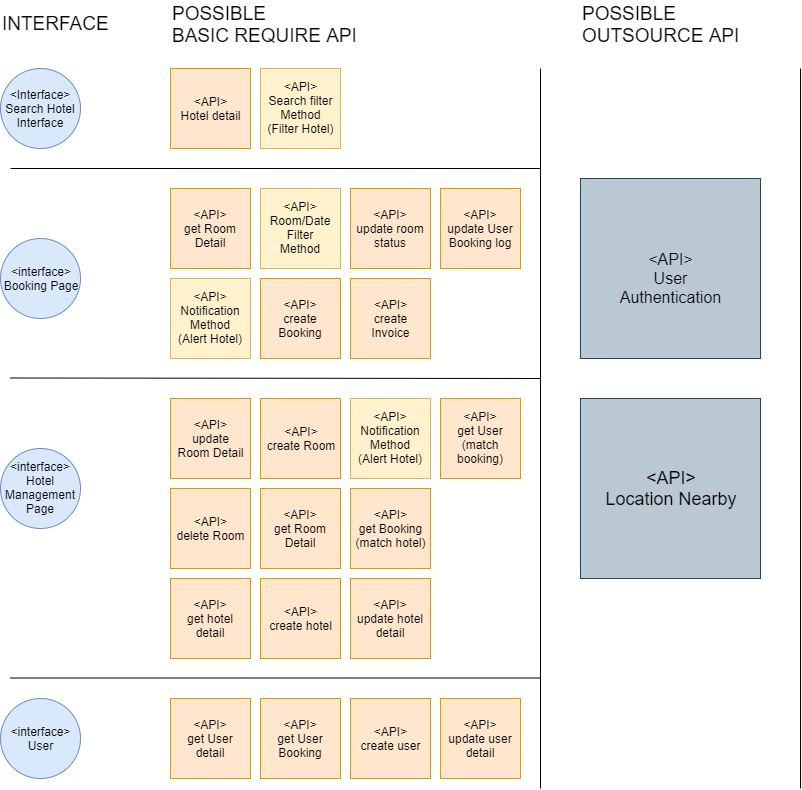
This is ReadmeResource/apiStructure2.png from RawitSHIE/HotelVendor, a draw.io export, as it was before one commit. Source tidied: cells renumbered, new cells last; positions are measured from the earlier drawing's top-left corner, leaving out a move shared by most shapes. Its diagram source:
```xml
<mxGraphModel>
  <root>
    <mxCell id="0" />
    <mxCell id="1" parent="0" />
    <mxCell id="2" value="&amp;lt;API&amp;gt;&lt;br&gt;Search filter&lt;br&gt;Method&lt;br&gt;(Filter Hotel)" style="whiteSpace=wrap;html=1;fillColor=#fff2cc;strokeColor=#d6b656;" parent="1" vertex="1">
      <mxGeometry x="260" y="68" width="80" height="80" as="geometry" />
    </mxCell>
    <mxCell id="3" value="&amp;lt;API&amp;gt;&lt;br&gt;Hotel detail" style="whiteSpace=wrap;html=1;fillColor=#ffe6cc;strokeColor=#d79b00;" parent="1" vertex="1">
      <mxGeometry x="170" y="68" width="80" height="80" as="geometry" />
    </mxCell>
    <mxCell id="4" value="&amp;lt;API&amp;gt;&lt;br&gt;get Room Detail" style="whiteSpace=wrap;html=1;fillColor=#ffe6cc;strokeColor=#d79b00;" parent="1" vertex="1">
      <mxGeometry x="170" y="188" width="80" height="80" as="geometry" />
    </mxCell>
    <mxCell id="5" value="&amp;lt;API&amp;gt;&lt;br&gt;Notification Method&lt;br&gt;(Alert Hotel)" style="whiteSpace=wrap;html=1;fillColor=#fff2cc;strokeColor=#d6b656;" parent="1" vertex="1">
      <mxGeometry x="170" y="278" width="80" height="80" as="geometry" />
    </mxCell>
    <mxCell id="6" value="&amp;lt;API&amp;gt;&lt;br&gt;update&lt;br&gt;Room Detail" style="whiteSpace=wrap;html=1;fillColor=#ffe6cc;strokeColor=#d79b00;" parent="1" vertex="1">
      <mxGeometry x="170" y="398" width="80" height="80" as="geometry" />
    </mxCell>
    <mxCell id="7" value="&amp;lt;Interface&amp;gt;&lt;br&gt;Search Hotel Interface" style="ellipse;whiteSpace=wrap;html=1;fillColor=#dae8fc;strokeColor=#6c8ebf;" parent="1" vertex="1">
      <mxGeometry y="68" width="80" height="80" as="geometry" />
    </mxCell>
    <mxCell id="8" value="&amp;lt;interface&amp;gt;&lt;br&gt;Booking Page" style="ellipse;whiteSpace=wrap;html=1;fillColor=#dae8fc;strokeColor=#6c8ebf;" parent="1" vertex="1">
      <mxGeometry y="238" width="80" height="80" as="geometry" />
    </mxCell>
    <mxCell id="9" value="&amp;lt;API&amp;gt;&lt;br&gt;Room/Date Filter&lt;br&gt;Method" style="whiteSpace=wrap;html=1;fillColor=#fff2cc;strokeColor=#d6b656;" parent="1" vertex="1">
      <mxGeometry x="260" y="188" width="80" height="80" as="geometry" />
    </mxCell>
    <mxCell id="10" value="&amp;lt;API&amp;gt;&lt;br&gt;create&lt;br&gt;Invoice" style="whiteSpace=wrap;html=1;fillColor=#ffe6cc;strokeColor=#d79b00;" parent="1" vertex="1">
      <mxGeometry x="350" y="278" width="80" height="80" as="geometry" />
    </mxCell>
    <mxCell id="11" value="&amp;lt;API&amp;gt;&lt;br&gt;create Booking" style="whiteSpace=wrap;html=1;fillColor=#ffe6cc;strokeColor=#d79b00;" parent="1" vertex="1">
      <mxGeometry x="260" y="278" width="80" height="80" as="geometry" />
    </mxCell>
    <mxCell id="12" value="&amp;lt;API&amp;gt;&lt;br&gt;update room status" style="whiteSpace=wrap;html=1;fillColor=#ffe6cc;strokeColor=#d79b00;" parent="1" vertex="1">
      <mxGeometry x="350" y="188" width="80" height="80" as="geometry" />
    </mxCell>
    <mxCell id="13" value="&amp;lt;API&amp;gt;&lt;br&gt;update User Booking log" style="whiteSpace=wrap;html=1;fillColor=#ffe6cc;strokeColor=#d79b00;" parent="1" vertex="1">
      <mxGeometry x="440" y="188" width="80" height="80" as="geometry" />
    </mxCell>
    <mxCell id="14" value="&amp;lt;API&amp;gt;&lt;br&gt;create Room" style="whiteSpace=wrap;html=1;fillColor=#ffe6cc;strokeColor=#d79b00;" parent="1" vertex="1">
      <mxGeometry x="260" y="398" width="80" height="80" as="geometry" />
    </mxCell>
    <mxCell id="15" style="endArrow=none;html=1;" parent="1" edge="1">
      <mxGeometry relative="1" as="geometry">
        <mxPoint x="10" y="168" as="sourcePoint" />
        <mxPoint x="540" y="168" as="targetPoint" />
      </mxGeometry>
    </mxCell>
    <mxCell id="16" style="endArrow=none;html=1;" parent="1" edge="1">
      <mxGeometry relative="1" as="geometry">
        <mxPoint x="10" y="377.5" as="sourcePoint" />
        <mxPoint x="540" y="378" as="targetPoint" />
      </mxGeometry>
    </mxCell>
    <mxCell id="17" value="&amp;lt;interface&amp;gt;&lt;br&gt;Hotel Management Page" style="ellipse;whiteSpace=wrap;html=1;fillColor=#dae8fc;strokeColor=#6c8ebf;" parent="1" vertex="1">
      <mxGeometry y="448" width="80" height="80" as="geometry" />
    </mxCell>
    <mxCell id="18" value="&amp;lt;API&amp;gt;&lt;br&gt;delete Room" style="whiteSpace=wrap;html=1;fillColor=#ffe6cc;strokeColor=#d79b00;" parent="1" vertex="1">
      <mxGeometry x="170" y="488" width="80" height="80" as="geometry" />
    </mxCell>
    <mxCell id="19" value="&amp;lt;API&amp;gt;&lt;br&gt;Notification Method&lt;br&gt;(Alert Hotel)" style="whiteSpace=wrap;html=1;fillColor=#fff2cc;strokeColor=#d6b656;" parent="1" vertex="1">
      <mxGeometry x="350" y="398" width="80" height="80" as="geometry" />
    </mxCell>
    <mxCell id="20" value="&amp;lt;API&amp;gt;&lt;br&gt;get Room Detail" style="whiteSpace=wrap;html=1;fillColor=#ffe6cc;strokeColor=#d79b00;" parent="1" vertex="1">
      <mxGeometry x="260" y="488" width="80" height="80" as="geometry" />
    </mxCell>
    <mxCell id="21" value="&amp;lt;interface&amp;gt;&lt;br&gt;User" style="ellipse;whiteSpace=wrap;html=1;fillColor=#dae8fc;strokeColor=#6c8ebf;" parent="1" vertex="1">
      <mxGeometry y="698" width="80" height="80" as="geometry" />
    </mxCell>
    <mxCell id="22" style="endArrow=none;html=1;" parent="1" edge="1">
      <mxGeometry relative="1" as="geometry">
        <mxPoint x="10" y="677.5" as="sourcePoint" />
        <mxPoint x="540" y="677.5" as="targetPoint" />
      </mxGeometry>
    </mxCell>
    <mxCell id="23" value="&amp;lt;API&amp;gt;&lt;br&gt;get Booking&lt;br&gt;(match hotel)" style="whiteSpace=wrap;html=1;fillColor=#ffe6cc;strokeColor=#d79b00;" parent="1" vertex="1">
      <mxGeometry x="350" y="488" width="80" height="80" as="geometry" />
    </mxCell>
    <mxCell id="24" value="&amp;lt;API&amp;gt;&lt;br&gt;get User&lt;br&gt;(match booking)" style="whiteSpace=wrap;html=1;fillColor=#ffe6cc;strokeColor=#d79b00;" parent="1" vertex="1">
      <mxGeometry x="440" y="398" width="80" height="80" as="geometry" />
    </mxCell>
    <mxCell id="25" value="&amp;lt;API&amp;gt;&lt;br&gt;get User detail" style="whiteSpace=wrap;html=1;fillColor=#ffe6cc;strokeColor=#d79b00;" parent="1" vertex="1">
      <mxGeometry x="170" y="698" width="80" height="80" as="geometry" />
    </mxCell>
    <mxCell id="26" value="&amp;lt;API&amp;gt;&lt;br&gt;get User Booking" style="whiteSpace=wrap;html=1;fillColor=#ffe6cc;strokeColor=#d79b00;" parent="1" vertex="1">
      <mxGeometry x="260" y="698" width="80" height="80" as="geometry" />
    </mxCell>
    <mxCell id="27" value="&lt;font style=&quot;font-size: 19px&quot;&gt;INTERFACE&lt;/font&gt;" style="text;html=1;align=left;verticalAlign=top;spacingTop=-4;strokeWidth=1;" parent="1" vertex="1">
      <mxGeometry y="10" width="120" height="20" as="geometry" />
    </mxCell>
    <mxCell id="28" value="&lt;font style=&quot;font-size: 19px&quot;&gt;POSSIBLE &lt;br&gt;BASIC REQUIRE API&lt;/font&gt;" style="text;html=1;align=left;verticalAlign=top;spacingTop=-4;strokeWidth=1;" parent="1" vertex="1">
      <mxGeometry x="170" width="200" height="40" as="geometry" />
    </mxCell>
    <mxCell id="29" style="endArrow=none;html=1;" parent="1" edge="1">
      <mxGeometry relative="1" as="geometry">
        <mxPoint x="540" y="788" as="sourcePoint" />
        <mxPoint x="540" y="68" as="targetPoint" />
      </mxGeometry>
    </mxCell>
    <mxCell id="30" value="&lt;font style=&quot;font-size: 16px&quot;&gt;&amp;lt;API&amp;gt;&lt;br&gt;User Authentication&lt;/font&gt;" style="whiteSpace=wrap;html=1;fillColor=#bac8d3;strokeColor=#23445d;" parent="1" vertex="1">
      <mxGeometry x="580" y="178" width="180" height="180" as="geometry" />
    </mxCell>
    <mxCell id="31" value="&lt;font style=&quot;font-size: 19px&quot;&gt;POSSIBLE &lt;br&gt;OUTSOURCE API&lt;/font&gt;" style="text;html=1;align=left;verticalAlign=top;spacingTop=-4;strokeWidth=1;" parent="1" vertex="1">
      <mxGeometry x="580" width="170" height="40" as="geometry" />
    </mxCell>
    <mxCell id="32" value="&lt;font style=&quot;font-size: 18px&quot;&gt;&amp;lt;API&amp;gt;&lt;br&gt;Location Nearby&lt;/font&gt;" style="whiteSpace=wrap;html=1;fillColor=#bac8d3;strokeColor=#23445d;" parent="1" vertex="1">
      <mxGeometry x="580" y="398" width="180" height="180" as="geometry" />
    </mxCell>
    <mxCell id="33" style="endArrow=none;html=1;" parent="1" edge="1">
      <mxGeometry relative="1" as="geometry">
        <mxPoint x="800" y="788" as="sourcePoint" />
        <mxPoint x="800" y="68" as="targetPoint" />
      </mxGeometry>
    </mxCell>
    <mxCell id="34" value="&amp;lt;API&amp;gt;&lt;br&gt;create user" style="whiteSpace=wrap;html=1;fillColor=#ffe6cc;strokeColor=#d79b00;" parent="1" vertex="1">
      <mxGeometry x="350" y="698" width="80" height="80" as="geometry" />
    </mxCell>
    <mxCell id="35" value="&amp;lt;API&amp;gt;&lt;br&gt;update user detail" style="whiteSpace=wrap;html=1;fillColor=#ffe6cc;strokeColor=#d79b00;" parent="1" vertex="1">
      <mxGeometry x="440" y="698" width="80" height="80" as="geometry" />
    </mxCell>
    <mxCell id="36" value="&amp;lt;API&amp;gt;&lt;br&gt;get hotel detail" style="whiteSpace=wrap;html=1;fillColor=#ffe6cc;strokeColor=#d79b00;" parent="1" vertex="1">
      <mxGeometry x="170" y="578" width="80" height="80" as="geometry" />
    </mxCell>
    <mxCell id="37" value="&amp;lt;API&amp;gt;&lt;br&gt;create hotel" style="whiteSpace=wrap;html=1;fillColor=#ffe6cc;strokeColor=#d79b00;" parent="1" vertex="1">
      <mxGeometry x="260" y="578" width="80" height="80" as="geometry" />
    </mxCell>
    <mxCell id="38" value="&amp;lt;API&amp;gt;&lt;br&gt;update hotel detail" style="whiteSpace=wrap;html=1;fillColor=#ffe6cc;strokeColor=#d79b00;" parent="1" vertex="1">
      <mxGeometry x="350" y="578" width="80" height="80" as="geometry" />
    </mxCell>
  </root>
</mxGraphModel>
```
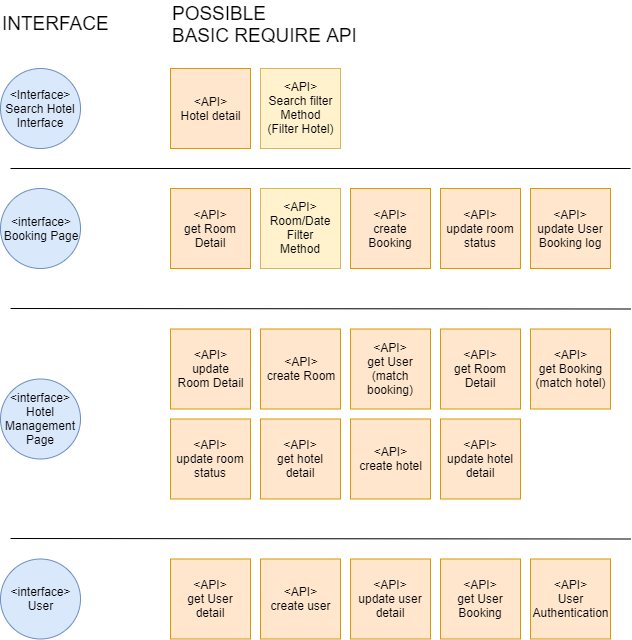
The same diagram one commit later.

What changed in the source:
```diff
@@ -3,130 +3,103 @@
     <mxCell id="0" />
     <mxCell id="1" parent="0" />
     <mxCell id="2" value="&amp;lt;API&amp;gt;&lt;br&gt;Search filter&lt;br&gt;Method&lt;br&gt;(Filter Hotel)" style="whiteSpace=wrap;html=1;fillColor=#fff2cc;strokeColor=#d6b656;" parent="1" vertex="1">
-      <mxGeometry x="260" y="68" width="80" height="80" as="geometry" />
+      <mxGeometry x="168" y="96" width="80" height="80" as="geometry" />
     </mxCell>
     <mxCell id="3" value="&amp;lt;API&amp;gt;&lt;br&gt;Hotel detail" style="whiteSpace=wrap;html=1;fillColor=#ffe6cc;strokeColor=#d79b00;" parent="1" vertex="1">
-      <mxGeometry x="170" y="68" width="80" height="80" as="geometry" />
+      <mxGeometry x="78" y="96" width="80" height="80" as="geometry" />
     </mxCell>
     <mxCell id="4" value="&amp;lt;API&amp;gt;&lt;br&gt;get Room Detail" style="whiteSpace=wrap;html=1;fillColor=#ffe6cc;strokeColor=#d79b00;" parent="1" vertex="1">
-      <mxGeometry x="170" y="188" width="80" height="80" as="geometry" />
+      <mxGeometry x="78" y="216" width="80" height="80" as="geometry" />
     </mxCell>
-    <mxCell id="5" value="&amp;lt;API&amp;gt;&lt;br&gt;Notification Method&lt;br&gt;(Alert Hotel)" style="whiteSpace=wrap;html=1;fillColor=#fff2cc;strokeColor=#d6b656;" parent="1" vertex="1">
-      <mxGeometry x="170" y="278" width="80" height="80" as="geometry" />
-    </mxCell>
     <mxCell id="6" value="&amp;lt;API&amp;gt;&lt;br&gt;update&lt;br&gt;Room Detail" style="whiteSpace=wrap;html=1;fillColor=#ffe6cc;strokeColor=#d79b00;" parent="1" vertex="1">
-      <mxGeometry x="170" y="398" width="80" height="80" as="geometry" />
+      <mxGeometry x="78" y="356.5" width="80" height="80" as="geometry" />
     </mxCell>
     <mxCell id="7" value="&amp;lt;Interface&amp;gt;&lt;br&gt;Search Hotel Interface" style="ellipse;whiteSpace=wrap;html=1;fillColor=#dae8fc;strokeColor=#6c8ebf;" parent="1" vertex="1">
-      <mxGeometry y="68" width="80" height="80" as="geometry" />
+      <mxGeometry x="-92" y="96" width="80" height="80" as="geometry" />
     </mxCell>
     <mxCell id="8" value="&amp;lt;interface&amp;gt;&lt;br&gt;Booking Page" style="ellipse;whiteSpace=wrap;html=1;fillColor=#dae8fc;strokeColor=#6c8ebf;" parent="1" vertex="1">
-      <mxGeometry y="238" width="80" height="80" as="geometry" />
+      <mxGeometry x="-92" y="216" width="80" height="80" as="geometry" />
     </mxCell>
     <mxCell id="9" value="&amp;lt;API&amp;gt;&lt;br&gt;Room/Date Filter&lt;br&gt;Method" style="whiteSpace=wrap;html=1;fillColor=#fff2cc;strokeColor=#d6b656;" parent="1" vertex="1">
-      <mxGeometry x="260" y="188" width="80" height="80" as="geometry" />
+      <mxGeometry x="168" y="216" width="80" height="80" as="geometry" />
     </mxCell>
-    <mxCell id="10" value="&amp;lt;API&amp;gt;&lt;br&gt;create&lt;br&gt;Invoice" style="whiteSpace=wrap;html=1;fillColor=#ffe6cc;strokeColor=#d79b00;" parent="1" vertex="1">
-      <mxGeometry x="350" y="278" width="80" height="80" as="geometry" />
-    </mxCell>
     <mxCell id="11" value="&amp;lt;API&amp;gt;&lt;br&gt;create Booking" style="whiteSpace=wrap;html=1;fillColor=#ffe6cc;strokeColor=#d79b00;" parent="1" vertex="1">
-      <mxGeometry x="260" y="278" width="80" height="80" as="geometry" />
+      <mxGeometry x="258" y="216" width="80" height="80" as="geometry" />
     </mxCell>
     <mxCell id="12" value="&amp;lt;API&amp;gt;&lt;br&gt;update room status" style="whiteSpace=wrap;html=1;fillColor=#ffe6cc;strokeColor=#d79b00;" parent="1" vertex="1">
-      <mxGeometry x="350" y="188" width="80" height="80" as="geometry" />
+      <mxGeometry x="348" y="216" width="80" height="80" as="geometry" />
     </mxCell>
     <mxCell id="13" value="&amp;lt;API&amp;gt;&lt;br&gt;update User Booking log" style="whiteSpace=wrap;html=1;fillColor=#ffe6cc;strokeColor=#d79b00;" parent="1" vertex="1">
-      <mxGeometry x="440" y="188" width="80" height="80" as="geometry" />
+      <mxGeometry x="438" y="216" width="80" height="80" as="geometry" />
     </mxCell>
     <mxCell id="14" value="&amp;lt;API&amp;gt;&lt;br&gt;create Room" style="whiteSpace=wrap;html=1;fillColor=#ffe6cc;strokeColor=#d79b00;" parent="1" vertex="1">
-      <mxGeometry x="260" y="398" width="80" height="80" as="geometry" />
+      <mxGeometry x="168" y="356.5" width="80" height="80" as="geometry" />
     </mxCell>
     <mxCell id="15" style="endArrow=none;html=1;" parent="1" edge="1">
       <mxGeometry relative="1" as="geometry">
-        <mxPoint x="10" y="168" as="sourcePoint" />
-        <mxPoint x="540" y="168" as="targetPoint" />
+        <mxPoint x="-82" y="196" as="sourcePoint" />
+        <mxPoint x="538" y="196" as="targetPoint" />
       </mxGeometry>
     </mxCell>
     <mxCell id="16" style="endArrow=none;html=1;" parent="1" edge="1">
       <mxGeometry relative="1" as="geometry">
-        <mxPoint x="10" y="377.5" as="sourcePoint" />
-        <mxPoint x="540" y="378" as="targetPoint" />
+        <mxPoint x="-82" y="336" as="sourcePoint" />
+        <mxPoint x="538" y="336.5" as="targetPoint" />
       </mxGeometry>
     </mxCell>
     <mxCell id="17" value="&amp;lt;interface&amp;gt;&lt;br&gt;Hotel Management Page" style="ellipse;whiteSpace=wrap;html=1;fillColor=#dae8fc;strokeColor=#6c8ebf;" parent="1" vertex="1">
-      <mxGeometry y="448" width="80" height="80" as="geometry" />
+      <mxGeometry x="-92" y="406.5" width="80" height="80" as="geometry" />
     </mxCell>
-    <mxCell id="18" value="&amp;lt;API&amp;gt;&lt;br&gt;delete Room" style="whiteSpace=wrap;html=1;fillColor=#ffe6cc;strokeColor=#d79b00;" parent="1" vertex="1">
-      <mxGeometry x="170" y="488" width="80" height="80" as="geometry" />
-    </mxCell>
-    <mxCell id="19" value="&amp;lt;API&amp;gt;&lt;br&gt;Notification Method&lt;br&gt;(Alert Hotel)" style="whiteSpace=wrap;html=1;fillColor=#fff2cc;strokeColor=#d6b656;" parent="1" vertex="1">
-      <mxGeometry x="350" y="398" width="80" height="80" as="geometry" />
-    </mxCell>
     <mxCell id="20" value="&amp;lt;API&amp;gt;&lt;br&gt;get Room Detail" style="whiteSpace=wrap;html=1;fillColor=#ffe6cc;strokeColor=#d79b00;" parent="1" vertex="1">
-      <mxGeometry x="260" y="488" width="80" height="80" as="geometry" />
+      <mxGeometry x="348" y="356.5" width="80" height="80" as="geometry" />
     </mxCell>
     <mxCell id="21" value="&amp;lt;interface&amp;gt;&lt;br&gt;User" style="ellipse;whiteSpace=wrap;html=1;fillColor=#dae8fc;strokeColor=#6c8ebf;" parent="1" vertex="1">
-      <mxGeometry y="698" width="80" height="80" as="geometry" />
+      <mxGeometry x="-92" y="586.5" width="80" height="80" as="geometry" />
     </mxCell>
     <mxCell id="22" style="endArrow=none;html=1;" parent="1" edge="1">
       <mxGeometry relative="1" as="geometry">
-        <mxPoint x="10" y="677.5" as="sourcePoint" />
-        <mxPoint x="540" y="677.5" as="targetPoint" />
+        <mxPoint x="-82" y="566" as="sourcePoint" />
+        <mxPoint x="538" y="566.5" as="targetPoint" />
       </mxGeometry>
     </mxCell>
     <mxCell id="23" value="&amp;lt;API&amp;gt;&lt;br&gt;get Booking&lt;br&gt;(match hotel)" style="whiteSpace=wrap;html=1;fillColor=#ffe6cc;strokeColor=#d79b00;" parent="1" vertex="1">
-      <mxGeometry x="350" y="488" width="80" height="80" as="geometry" />
+      <mxGeometry x="438" y="356.5" width="80" height="80" as="geometry" />
     </mxCell>
     <mxCell id="24" value="&amp;lt;API&amp;gt;&lt;br&gt;get User&lt;br&gt;(match booking)" style="whiteSpace=wrap;html=1;fillColor=#ffe6cc;strokeColor=#d79b00;" parent="1" vertex="1">
-      <mxGeometry x="440" y="398" width="80" height="80" as="geometry" />
+      <mxGeometry x="258" y="356.5" width="80" height="80" as="geometry" />
     </mxCell>
     <mxCell id="25" value="&amp;lt;API&amp;gt;&lt;br&gt;get User detail" style="whiteSpace=wrap;html=1;fillColor=#ffe6cc;strokeColor=#d79b00;" parent="1" vertex="1">
-      <mxGeometry x="170" y="698" width="80" height="80" as="geometry" />
+      <mxGeometry x="78" y="586.5" width="80" height="80" as="geometry" />
     </mxCell>
     <mxCell id="26" value="&amp;lt;API&amp;gt;&lt;br&gt;get User Booking" style="whiteSpace=wrap;html=1;fillColor=#ffe6cc;strokeColor=#d79b00;" parent="1" vertex="1">
-      <mxGeometry x="260" y="698" width="80" height="80" as="geometry" />
+      <mxGeometry x="348" y="586.5" width="80" height="80" as="geometry" />
     </mxCell>
     <mxCell id="27" value="&lt;font style=&quot;font-size: 19px&quot;&gt;INTERFACE&lt;/font&gt;" style="text;html=1;align=left;verticalAlign=top;spacingTop=-4;strokeWidth=1;" parent="1" vertex="1">
-      <mxGeometry y="10" width="120" height="20" as="geometry" />
+      <mxGeometry x="-92" y="38" width="120" height="20" as="geometry" />
     </mxCell>
     <mxCell id="28" value="&lt;font style=&quot;font-size: 19px&quot;&gt;POSSIBLE &lt;br&gt;BASIC REQUIRE API&lt;/font&gt;" style="text;html=1;align=left;verticalAlign=top;spacingTop=-4;strokeWidth=1;" parent="1" vertex="1">
-      <mxGeometry x="170" width="200" height="40" as="geometry" />
+      <mxGeometry x="78" y="28" width="200" height="40" as="geometry" />
     </mxCell>
-    <mxCell id="29" style="endArrow=none;html=1;" parent="1" edge="1">
-      <mxGeometry relative="1" as="geometry">
-        <mxPoint x="540" y="788" as="sourcePoint" />
-        <mxPoint x="540" y="68" as="targetPoint" />
-      </mxGeometry>
-    </mxCell>
-    <mxCell id="30" value="&lt;font style=&quot;font-size: 16px&quot;&gt;&amp;lt;API&amp;gt;&lt;br&gt;User Authentication&lt;/font&gt;" style="whiteSpace=wrap;html=1;fillColor=#bac8d3;strokeColor=#23445d;" parent="1" vertex="1">
-      <mxGeometry x="580" y="178" width="180" height="180" as="geometry" />
-    </mxCell>
-    <mxCell id="31" value="&lt;font style=&quot;font-size: 19px&quot;&gt;POSSIBLE &lt;br&gt;OUTSOURCE API&lt;/font&gt;" style="text;html=1;align=left;verticalAlign=top;spacingTop=-4;strokeWidth=1;" parent="1" vertex="1">
-      <mxGeometry x="580" width="170" height="40" as="geometry" />
-    </mxCell>
-    <mxCell id="32" value="&lt;font style=&quot;font-size: 18px&quot;&gt;&amp;lt;API&amp;gt;&lt;br&gt;Location Nearby&lt;/font&gt;" style="whiteSpace=wrap;html=1;fillColor=#bac8d3;strokeColor=#23445d;" parent="1" vertex="1">
-      <mxGeometry x="580" y="398" width="180" height="180" as="geometry" />
-    </mxCell>
-    <mxCell id="33" style="endArrow=none;html=1;" parent="1" edge="1">
-      <mxGeometry relative="1" as="geometry">
-        <mxPoint x="800" y="788" as="sourcePoint" />
-        <mxPoint x="800" y="68" as="targetPoint" />
-      </mxGeometry>
-    </mxCell>
     <mxCell id="34" value="&amp;lt;API&amp;gt;&lt;br&gt;create user" style="whiteSpace=wrap;html=1;fillColor=#ffe6cc;strokeColor=#d79b00;" parent="1" vertex="1">
-      <mxGeometry x="350" y="698" width="80" height="80" as="geometry" />
+      <mxGeometry x="168" y="586.5" width="80" height="80" as="geometry" />
     </mxCell>
     <mxCell id="35" value="&amp;lt;API&amp;gt;&lt;br&gt;update user detail" style="whiteSpace=wrap;html=1;fillColor=#ffe6cc;strokeColor=#d79b00;" parent="1" vertex="1">
-      <mxGeometry x="440" y="698" width="80" height="80" as="geometry" />
+      <mxGeometry x="258" y="586.5" width="80" height="80" as="geometry" />
     </mxCell>
     <mxCell id="36" value="&amp;lt;API&amp;gt;&lt;br&gt;get hotel detail" style="whiteSpace=wrap;html=1;fillColor=#ffe6cc;strokeColor=#d79b00;" parent="1" vertex="1">
-      <mxGeometry x="170" y="578" width="80" height="80" as="geometry" />
+      <mxGeometry x="168" y="446.5" width="80" height="80" as="geometry" />
     </mxCell>
     <mxCell id="37" value="&amp;lt;API&amp;gt;&lt;br&gt;create hotel" style="whiteSpace=wrap;html=1;fillColor=#ffe6cc;strokeColor=#d79b00;" parent="1" vertex="1">
-      <mxGeometry x="260" y="578" width="80" height="80" as="geometry" />
+      <mxGeometry x="258" y="446.5" width="80" height="80" as="geometry" />
     </mxCell>
     <mxCell id="38" value="&amp;lt;API&amp;gt;&lt;br&gt;update hotel detail" style="whiteSpace=wrap;html=1;fillColor=#ffe6cc;strokeColor=#d79b00;" parent="1" vertex="1">
-      <mxGeometry x="350" y="578" width="80" height="80" as="geometry" />
+      <mxGeometry x="348" y="446.5" width="80" height="80" as="geometry" />
     </mxCell>
+    <mxCell id="30" value="&amp;lt;API&amp;gt;&lt;br&gt;User Authentication" style="whiteSpace=wrap;html=1;fillColor=#ffe6cc;strokeColor=#d79b00;" parent="1" vertex="1">
+      <mxGeometry x="438" y="586.5" width="80" height="80" as="geometry" />
+    </mxCell>
+    <mxCell id="39" value="&amp;lt;API&amp;gt;&lt;br&gt;update room status" style="whiteSpace=wrap;html=1;fillColor=#ffe6cc;strokeColor=#d79b00;" parent="1" vertex="1">
+      <mxGeometry x="78" y="446.5" width="80" height="80" as="geometry" />
+    </mxCell>
   </root>
 </mxGraphModel>
```
